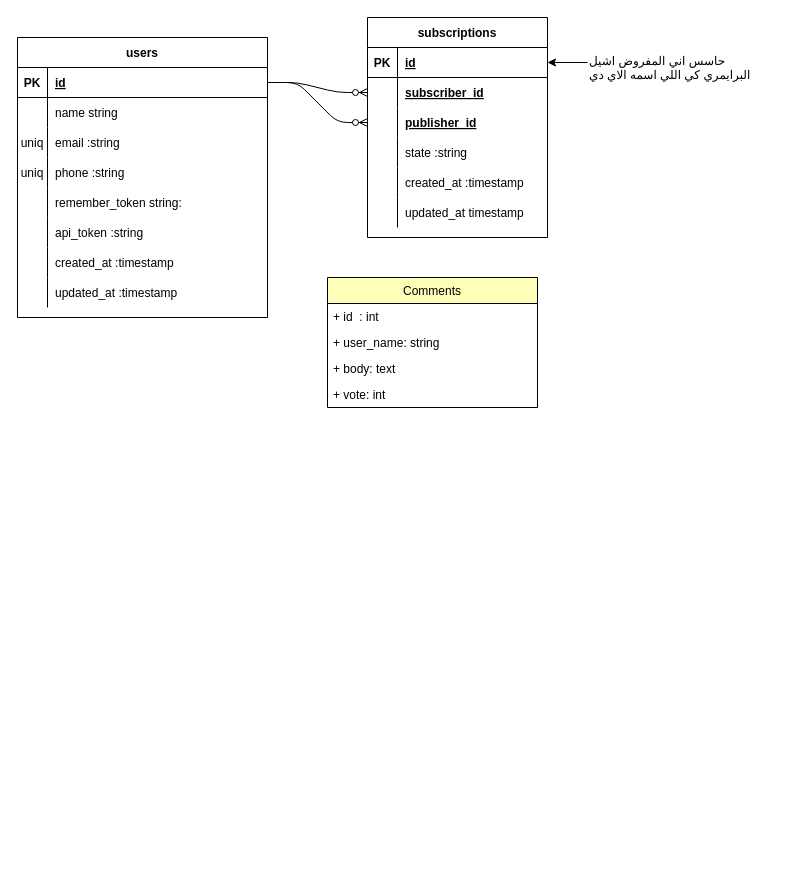
Earlier version of the draw.io diagram Untitled Diagram.drawio (ibrahimahmed1998/backend_cscamp). Source tidied: cells renumbered, new cells numbered last; positions are measured from the earlier drawing's top-left corner, leaving out a move shared by most shapes. Both pictures are drawn from the tidied source at 100%, with x=0, y=0 at pixel (17, 17).
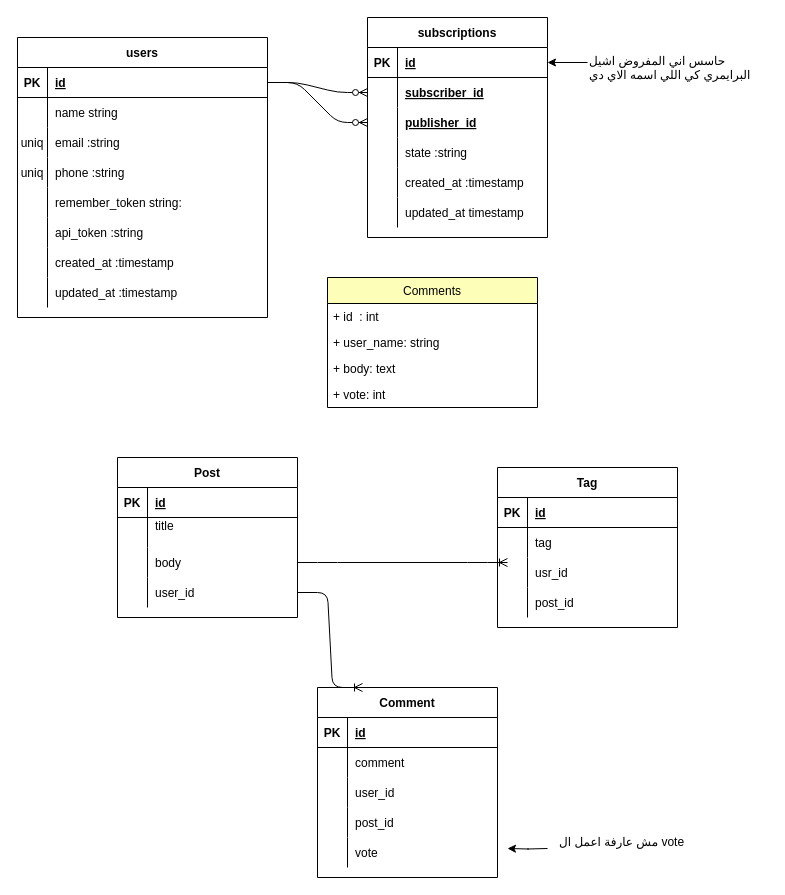
The same diagram, later.

Commit message:
Post,Tag,Comment

What changed in the source:
```diff
@@
+    <mxCell id="55" value="Post" style="shape=table;startSize=30;childLayout=tableLayout;rowLines=0;fontStyle=1;align=center;" parent="1" vertex="1">
+      <mxGeometry x="100" y="440" width="180" height="160" as="geometry" />
+    </mxCell>
+    <mxCell id="56" style="shape=partialRectangle;fillColor=none;top=0;left=0;bottom=1;right=0;" parent="55" vertex="1">
+      <mxGeometry y="30" width="180" height="30" as="geometry" />
+    </mxCell>
+    <mxCell id="57" value="PK" style="shape=partialRectangle;fillColor=none;top=0;left=0;bottom=0;right=0;fontStyle=1;overflow=hidden;" parent="56" vertex="1">
+      <mxGeometry width="30" height="30" as="geometry" />
+    </mxCell>
+    <mxCell id="58" value="id" style="shape=partialRectangle;fillColor=none;top=0;left=0;bottom=0;right=0;align=left;spacingLeft=6;fontStyle=5;overflow=hidden;" parent="56" vertex="1">
+      <mxGeometry x="30" width="150" height="30" as="geometry" />
+    </mxCell>
+    <mxCell id="59" style="shape=partialRectangle;fillColor=none;top=0;left=0;bottom=0;right=0;" parent="55" vertex="1">
+      <mxGeometry y="60" width="180" height="30" as="geometry" />
+    </mxCell>
+    <mxCell id="60" style="shape=partialRectangle;fillColor=none;top=0;left=0;bottom=0;right=0;overflow=hidden;" parent="59" vertex="1">
+      <mxGeometry width="30" height="30" as="geometry" />
+    </mxCell>
+    <mxCell id="61" value="title &#10;" style="shape=partialRectangle;fillColor=none;top=0;left=0;bottom=0;right=0;align=left;spacingLeft=6;overflow=hidden;" parent="59" vertex="1">
+      <mxGeometry x="30" width="150" height="30" as="geometry" />
+    </mxCell>
+    <mxCell id="62" style="shape=partialRectangle;fillColor=none;top=0;left=0;bottom=0;right=0;points=[[0,0.5],[1,0.5]];portConstraint=eastwest;" parent="55" vertex="1">
+      <mxGeometry y="90" width="180" height="30" as="geometry" />
+    </mxCell>
+    <mxCell id="63" style="shape=partialRectangle;fillColor=none;top=0;left=0;bottom=0;right=0;overflow=hidden;" parent="62" vertex="1">
+      <mxGeometry width="30" height="30" as="geometry" />
+    </mxCell>
+    <mxCell id="64" value="body" style="shape=partialRectangle;fillColor=none;top=0;left=0;bottom=0;right=0;align=left;spacingLeft=6;overflow=hidden;" parent="62" vertex="1">
+      <mxGeometry x="30" width="150" height="30" as="geometry" />
+    </mxCell>
+    <mxCell id="65" style="shape=partialRectangle;fillColor=none;top=0;left=0;bottom=0;right=0;points=[[0,0.5],[1,0.5]];portConstraint=eastwest;" parent="55" vertex="1">
+      <mxGeometry y="120" width="180" height="30" as="geometry" />
+    </mxCell>
+    <mxCell id="66" style="shape=partialRectangle;fillColor=none;top=0;left=0;bottom=0;right=0;overflow=hidden;" parent="65" vertex="1">
+      <mxGeometry width="30" height="30" as="geometry" />
+    </mxCell>
+    <mxCell id="67" value="user_id" style="shape=partialRectangle;fillColor=none;top=0;left=0;bottom=0;right=0;align=left;spacingLeft=6;overflow=hidden;" parent="65" vertex="1">
+      <mxGeometry x="30" width="150" height="30" as="geometry" />
+    </mxCell>
+    <mxCell id="68" value="Tag" style="shape=table;startSize=30;childLayout=tableLayout;rowLines=0;fontStyle=1;align=center;" parent="1" vertex="1">
+      <mxGeometry x="480" y="450" width="180" height="160" as="geometry" />
+    </mxCell>
+    <mxCell id="69" style="shape=partialRectangle;fillColor=none;top=0;left=0;bottom=1;right=0;" parent="68" vertex="1">
+      <mxGeometry y="30" width="180" height="30" as="geometry" />
+    </mxCell>
+    <mxCell id="70" value="PK" style="shape=partialRectangle;fillColor=none;top=0;left=0;bottom=0;right=0;fontStyle=1;overflow=hidden;" parent="69" vertex="1">
+      <mxGeometry width="30" height="30" as="geometry" />
+    </mxCell>
+    <mxCell id="71" value="id" style="shape=partialRectangle;fillColor=none;top=0;left=0;bottom=0;right=0;align=left;spacingLeft=6;fontStyle=5;overflow=hidden;" parent="69" vertex="1">
+      <mxGeometry x="30" width="150" height="30" as="geometry" />
+    </mxCell>
+    <mxCell id="72" style="shape=partialRectangle;fillColor=none;top=0;left=0;bottom=0;right=0;" parent="68" vertex="1">
+      <mxGeometry y="60" width="180" height="30" as="geometry" />
+    </mxCell>
+    <mxCell id="73" style="shape=partialRectangle;fillColor=none;top=0;left=0;bottom=0;right=0;overflow=hidden;" parent="72" vertex="1">
+      <mxGeometry width="30" height="30" as="geometry" />
+    </mxCell>
+    <mxCell id="74" value="tag" style="shape=partialRectangle;fillColor=none;top=0;left=0;bottom=0;right=0;align=left;spacingLeft=6;overflow=hidden;" parent="72" vertex="1">
+      <mxGeometry x="30" width="150" height="30" as="geometry" />
+    </mxCell>
+    <mxCell id="75" style="shape=partialRectangle;fillColor=none;top=0;left=0;bottom=0;right=0;" parent="68" vertex="1">
+      <mxGeometry y="90" width="180" height="30" as="geometry" />
+    </mxCell>
+    <mxCell id="76" style="shape=partialRectangle;fillColor=none;top=0;left=0;bottom=0;right=0;overflow=hidden;" parent="75" vertex="1">
+      <mxGeometry width="30" height="30" as="geometry" />
+    </mxCell>
+    <mxCell id="77" value="usr_id" style="shape=partialRectangle;fillColor=none;top=0;left=0;bottom=0;right=0;align=left;spacingLeft=6;overflow=hidden;" parent="75" vertex="1">
+      <mxGeometry x="30" width="150" height="30" as="geometry" />
+    </mxCell>
+    <mxCell id="78" style="shape=partialRectangle;fillColor=none;top=0;left=0;bottom=0;right=0;" parent="68" vertex="1">
+      <mxGeometry y="120" width="180" height="30" as="geometry" />
+    </mxCell>
+    <mxCell id="79" style="shape=partialRectangle;fillColor=none;top=0;left=0;bottom=0;right=0;overflow=hidden;" parent="78" vertex="1">
+      <mxGeometry width="30" height="30" as="geometry" />
+    </mxCell>
+    <mxCell id="80" value="post_id" style="shape=partialRectangle;fillColor=none;top=0;left=0;bottom=0;right=0;align=left;spacingLeft=6;overflow=hidden;" parent="78" vertex="1">
+      <mxGeometry x="30" width="150" height="30" as="geometry" />
+    </mxCell>
+    <mxCell id="81" value="Comment" style="shape=table;startSize=30;childLayout=tableLayout;rowLines=0;fontStyle=1;align=center;" parent="1" vertex="1">
+      <mxGeometry x="300" y="670" width="180" height="190" as="geometry" />
+    </mxCell>
+    <mxCell id="82" style="shape=partialRectangle;fillColor=none;top=0;left=0;bottom=1;right=0;" parent="81" vertex="1">
+      <mxGeometry y="30" width="180" height="30" as="geometry" />
+    </mxCell>
+    <mxCell id="83" value="PK" style="shape=partialRectangle;fillColor=none;top=0;left=0;bottom=0;right=0;fontStyle=1;overflow=hidden;" parent="82" vertex="1">
+      <mxGeometry width="30" height="30" as="geometry" />
+    </mxCell>
+    <mxCell id="84" value="id" style="shape=partialRectangle;fillColor=none;top=0;left=0;bottom=0;right=0;align=left;spacingLeft=6;fontStyle=5;overflow=hidden;" parent="82" vertex="1">
+      <mxGeometry x="30" width="150" height="30" as="geometry" />
+    </mxCell>
+    <mxCell id="85" style="shape=partialRectangle;fillColor=none;top=0;left=0;bottom=0;right=0;" parent="81" vertex="1">
+      <mxGeometry y="60" width="180" height="30" as="geometry" />
+    </mxCell>
+    <mxCell id="86" style="shape=partialRectangle;fillColor=none;top=0;left=0;bottom=0;right=0;overflow=hidden;" parent="85" vertex="1">
+      <mxGeometry width="30" height="30" as="geometry" />
+    </mxCell>
+    <mxCell id="87" value="comment" style="shape=partialRectangle;fillColor=none;top=0;left=0;bottom=0;right=0;align=left;spacingLeft=6;overflow=hidden;" parent="85" vertex="1">
+      <mxGeometry x="30" width="150" height="30" as="geometry" />
+    </mxCell>
+    <mxCell id="88" style="shape=partialRectangle;fillColor=none;top=0;left=0;bottom=0;right=0;" parent="81" vertex="1">
+      <mxGeometry y="90" width="180" height="30" as="geometry" />
+    </mxCell>
+    <mxCell id="89" style="shape=partialRectangle;fillColor=none;top=0;left=0;bottom=0;right=0;overflow=hidden;" parent="88" vertex="1">
+      <mxGeometry width="30" height="30" as="geometry" />
+    </mxCell>
+    <mxCell id="90" value="user_id" style="shape=partialRectangle;fillColor=none;top=0;left=0;bottom=0;right=0;align=left;spacingLeft=6;overflow=hidden;" parent="88" vertex="1">
+      <mxGeometry x="30" width="150" height="30" as="geometry" />
+    </mxCell>
+    <mxCell id="91" style="shape=partialRectangle;fillColor=none;top=0;left=0;bottom=0;right=0;" parent="81" vertex="1">
+      <mxGeometry y="120" width="180" height="30" as="geometry" />
+    </mxCell>
+    <mxCell id="92" style="shape=partialRectangle;fillColor=none;top=0;left=0;bottom=0;right=0;overflow=hidden;" parent="91" vertex="1">
+      <mxGeometry width="30" height="30" as="geometry" />
+    </mxCell>
+    <mxCell id="93" value="post_id" style="shape=partialRectangle;fillColor=none;top=0;left=0;bottom=0;right=0;align=left;spacingLeft=6;overflow=hidden;" parent="91" vertex="1">
+      <mxGeometry x="30" width="150" height="30" as="geometry" />
+    </mxCell>
+    <mxCell id="94" style="shape=partialRectangle;fillColor=none;top=0;left=0;bottom=0;right=0;" parent="81" vertex="1">
+      <mxGeometry y="150" width="180" height="30" as="geometry" />
+    </mxCell>
+    <mxCell id="95" style="shape=partialRectangle;fillColor=none;top=0;left=0;bottom=0;right=0;overflow=hidden;" parent="94" vertex="1">
+      <mxGeometry width="30" height="30" as="geometry" />
+    </mxCell>
+    <mxCell id="96" value="vote" style="shape=partialRectangle;fillColor=none;top=0;left=0;bottom=0;right=0;align=left;spacingLeft=6;overflow=hidden;" parent="94" vertex="1">
+      <mxGeometry x="30" width="150" height="30" as="geometry" />
+    </mxCell>
+    <mxCell id="97" style="edgeStyle=entityRelationEdgeStyle;fontSize=12;html=1;endArrow=ERoneToMany;exitX=1;exitY=0.5;exitDx=0;exitDy=0;" parent="1" edge="1" source="62">
+      <mxGeometry relative="1" as="geometry">
+        <mxPoint x="490" y="545" as="targetPoint" />
+      </mxGeometry>
+    </mxCell>
+    <mxCell id="98" style="edgeStyle=entityRelationEdgeStyle;fontSize=12;html=1;endArrow=ERoneToMany;exitX=1;exitY=0.5;exitDx=0;exitDy=0;entryX=0.25;entryY=0;entryDx=0;entryDy=0;" parent="1" edge="1" source="65" target="81">
+      <mxGeometry relative="1" as="geometry" />
+    </mxCell>
+    <mxCell id="99" value="مش عارفة اعمل ال vote" style="text;whiteSpace=wrap;html=1;" parent="1" vertex="1">
+      <mxGeometry x="540" y="811" width="180" height="30" as="geometry" />
+    </mxCell>
+    <mxCell id="100" style="edgeStyle=orthogonalEdgeStyle;rounded=0;orthogonalLoop=1;jettySize=auto;html=1;" parent="1" edge="1">
+      <mxGeometry relative="1" as="geometry">
+        <mxPoint x="530" y="831" as="sourcePoint" />
+        <mxPoint x="490" y="831" as="targetPoint" />
+      </mxGeometry>
+    </mxCell>
```
